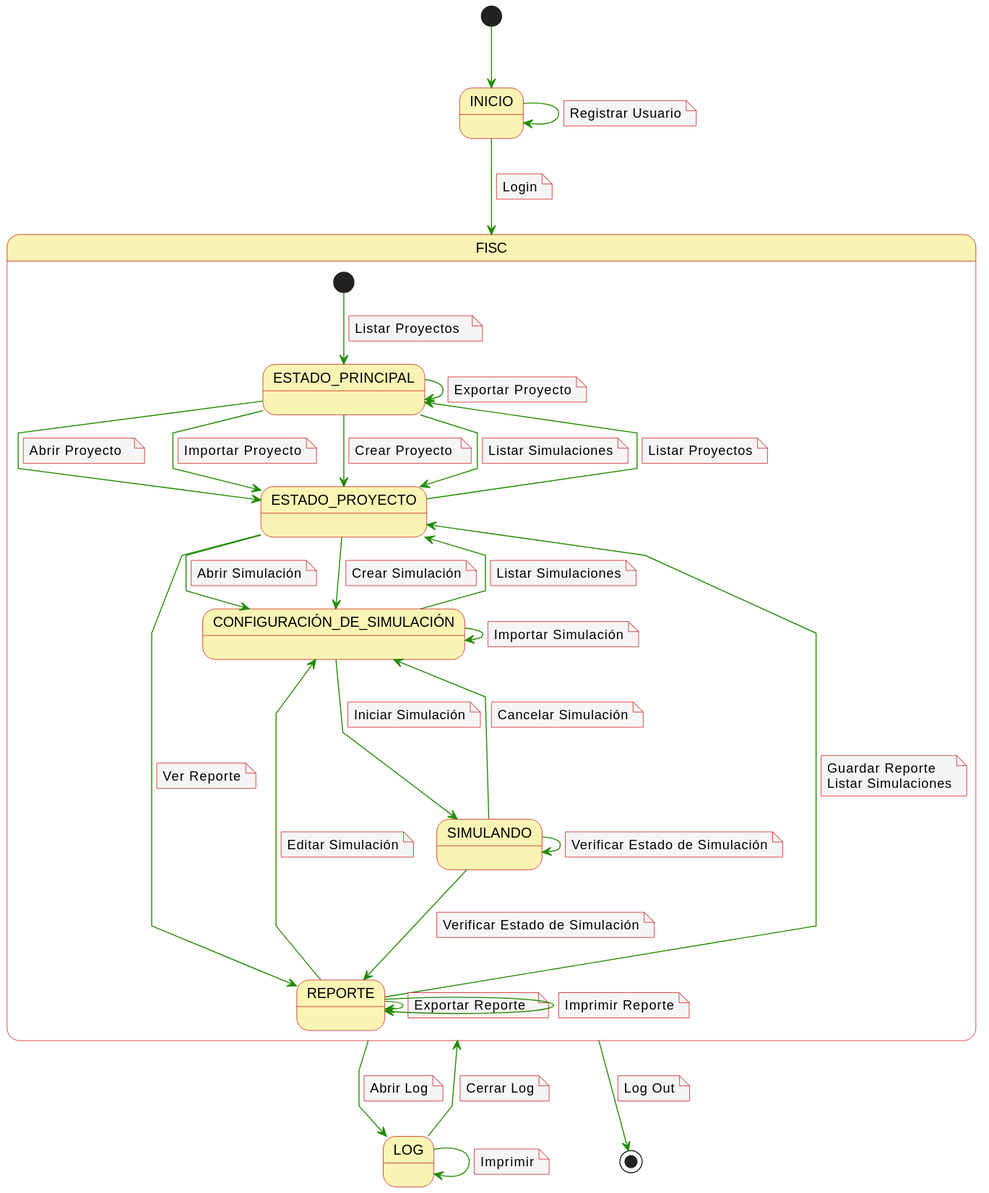
The PlantUML diagram imagenes/casosDeUso/diagramaContexto.svg in mmasias/23-24-IdSw1-SDR, before a commit.
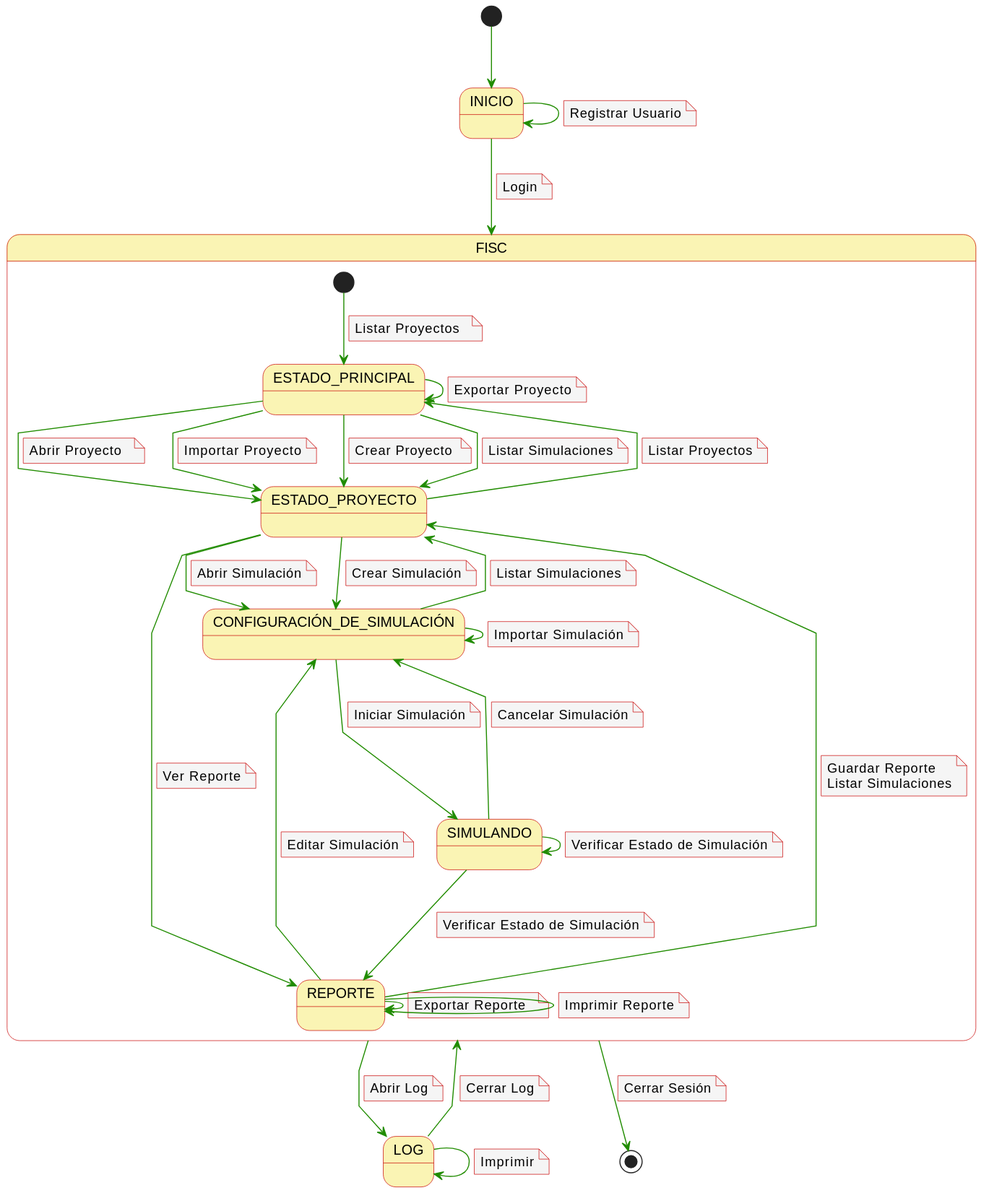
Above is the later version.

Commit message:
arreglos detalle cerrar sesion

What changed in the source:
```diff
@@ -121,6 +121,6 @@
 end note
 FISC --> [*]
 note on link
-  Log Out
+  Cerrar Sesión
 end note
 @enduml
```
